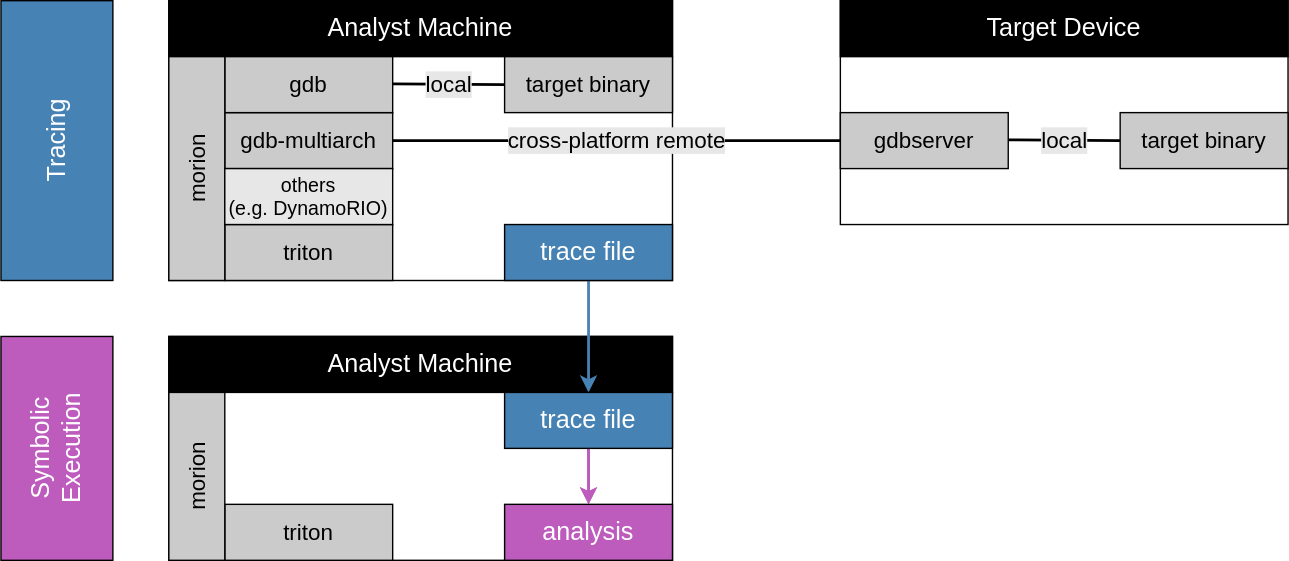
Earlier version of the draw.io export images/Morion_Overview.svg (cyber-defence-campus/netgear_r6700v3_circled). Source tidied: cells renumbered, new cells last; positions are measured from the earlier drawing's top-left corner, leaving out a move shared by most shapes.
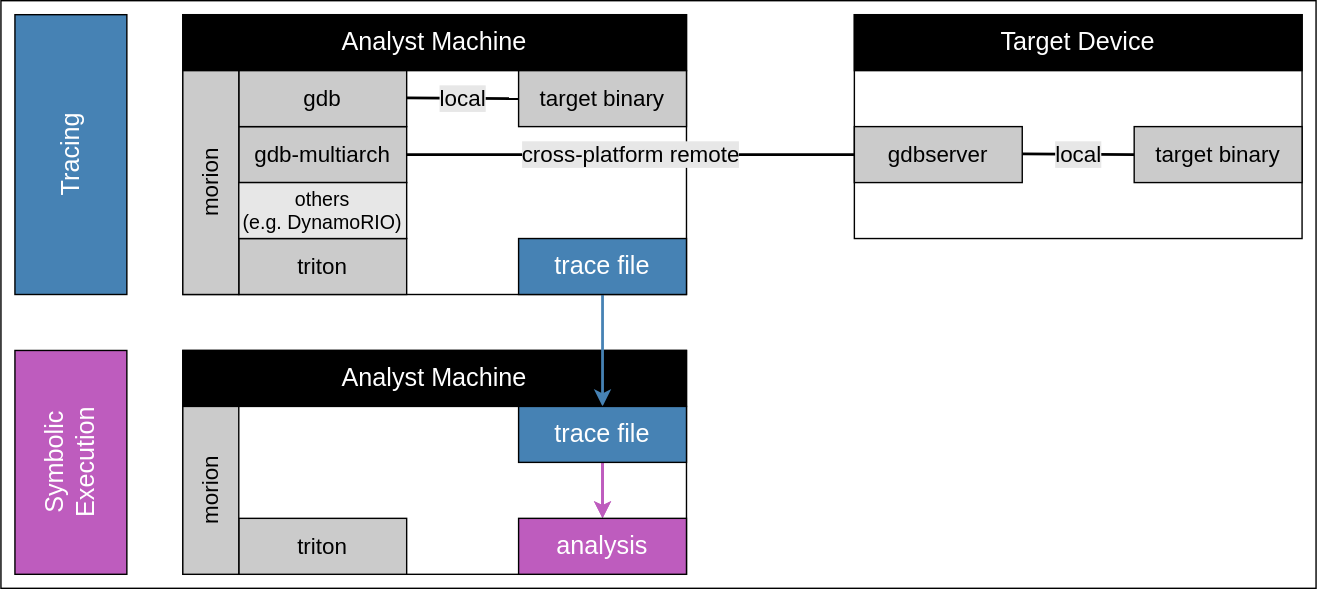
Later version of the same file.

Change to the diagram source:
```diff
@@ -2,6 +2,9 @@
   <root>
     <mxCell id="0" />
     <mxCell id="1" parent="0" />
+    <mxCell id="29" style="rounded=0;whiteSpace=wrap;html=1;" parent="1" vertex="1">
+      <mxGeometry x="50" y="-10" width="940" height="420" as="geometry" />
+    </mxCell>
     <mxCell id="2" style="rounded=0;whiteSpace=wrap;html=1;fontSize=18;fontColor=#FFFFFF;strokeColor=#000000;fillColor=default;" parent="1" vertex="1">
       <mxGeometry x="180" y="240" width="360" height="160" as="geometry" />
     </mxCell>
```
